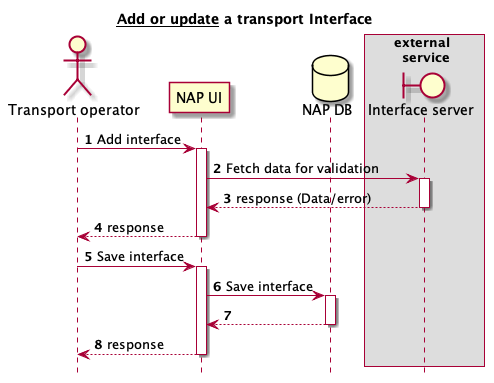
tmfg/mmtis-national-access-point keeps this PlantUML diagram as docs/transit-changes/new-interface.png. Above is the earlier version.
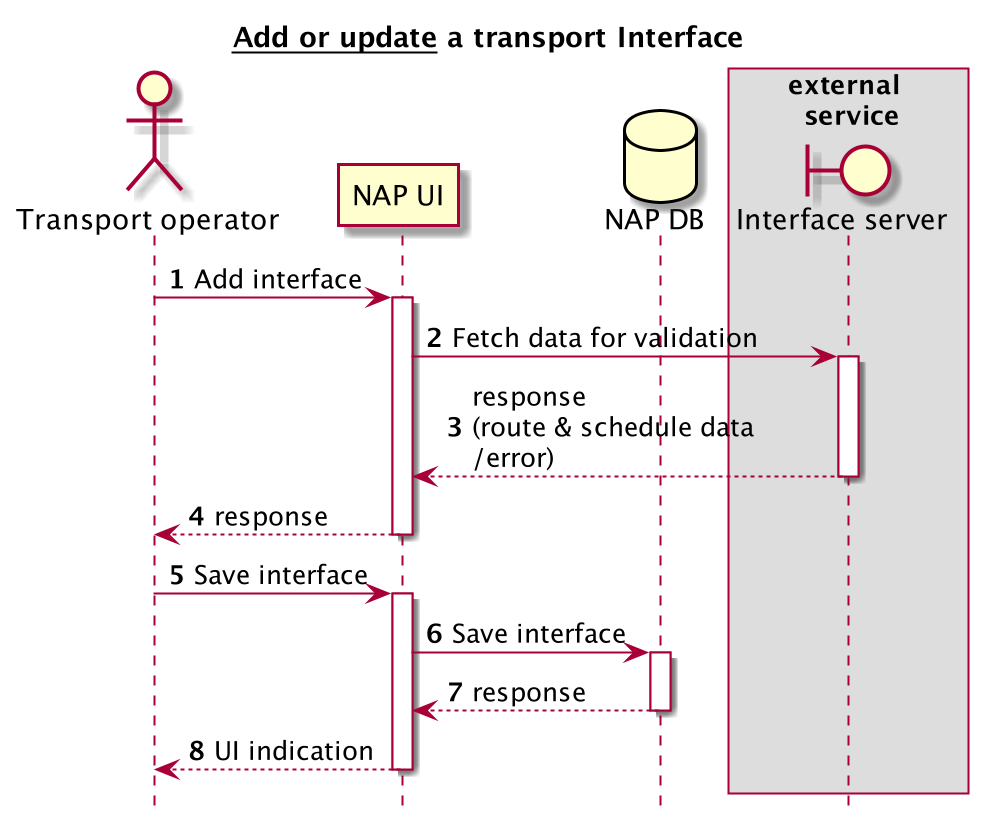
The same diagram one commit later.

Change to the diagram source:
```diff
@@ -14,7 +14,7 @@
 activate UI
         UI->IFACE: Fetch data for validation
         activate IFACE
-        return response (Data/error)
+        return response \n(route & schedule data\n/error)
                 return response
 
                 OPER->UI: Save interface
@@ -22,7 +22,7 @@
 UI->DB: Save interface
                 activate DB
 
-return
 return response
+return UI indication
 
 @enduml
```
